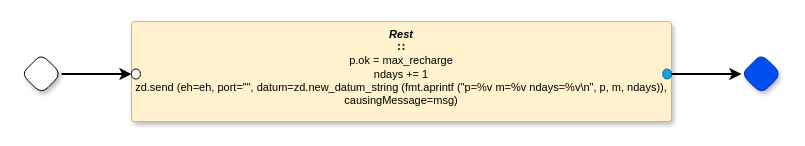
Earlier version of the draw.io diagram page "Rest" (3 of 3) of dc0d.drawio (guitarvydas/dc0d). Source tidied: cells renumbered, new cells numbered last; positions are measured from the earlier drawing's top-left corner, leaving out a move shared by most shapes. Both pictures are drawn from the tidied source at 100%, with x=0, y=0 at pixel (21, 21).
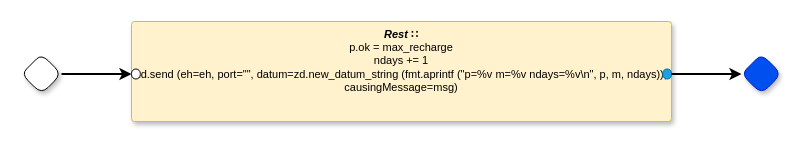
The same page after the edit.

Commit message (it also covers changes not shown here):
no br after init and Rest

Change to the diagram source:
```diff
@@
 <mxGraphModel>
   <root>
     <mxCell id="0" />
     <mxCell id="1" parent="0" />
-    <mxCell id="2" value="&lt;span style=&quot;border-color: var(--border-color);&quot;&gt;&lt;b&gt;&lt;i&gt;Rest&lt;/i&gt;&lt;br&gt;∷&lt;br&gt;&lt;/b&gt;&lt;/span&gt;p.ok = max_recharge&lt;br&gt;ndays += 1&lt;br&gt;zd.send (eh=eh, port=&quot;&quot;, datum=zd.new_datum_string (fmt.aprintf (&quot;p=%v m=%v ndays=%v\n&quot;, p, m, ndays)), causingMessage=msg)" style="rounded=1;whiteSpace=wrap;html=1;sketch=0;verticalAlign=top;arcSize=6;fontStyle=0;absoluteArcSize=1;shadow=1;strokeColor=#d6b656;fillColor=#fff2cc;fontFamily=Helvetica;fontSize=11;" parent="1" vertex="1">
+    <mxCell id="2" value="&lt;span style=&quot;border-color: var(--border-color);&quot;&gt;&lt;b&gt;&lt;i&gt;Rest&amp;nbsp;&lt;/i&gt;∷&lt;br&gt;&lt;/b&gt;&lt;/span&gt;p.ok = max_recharge&lt;br&gt;ndays += 1&lt;br&gt;zd.send (eh=eh, port=&quot;&quot;, datum=zd.new_datum_string (fmt.aprintf (&quot;p=%v m=%v ndays=%v\n&quot;, p, m, ndays)), causingMessage=msg)" style="rounded=1;whiteSpace=wrap;html=1;sketch=0;verticalAlign=top;arcSize=6;fontStyle=0;absoluteArcSize=1;shadow=1;strokeColor=#d6b656;fillColor=#fff2cc;fontFamily=Helvetica;fontSize=11;" parent="1" vertex="1">
       <mxGeometry x="110" width="540" height="100" as="geometry" />
     </mxCell>
     <mxCell id="3" style="rounded=1;whiteSpace=wrap;html=1;sketch=0;points=[[0,0.5,0,0,0],[1,0.5,0,0,0]];arcSize=50;fontFamily=Helvetica;fontSize=11;fontColor=default;" parent="2" vertex="1">
       <mxGeometry y="47.5" width="8.8" height="10" as="geometry" />
     </mxCell>
     <mxCell id="4" style="rounded=1;whiteSpace=wrap;html=1;sketch=0;points=[[0,0.5,0,0,0],[1,0.5,0,0,0]];arcSize=50;fontFamily=Helvetica;fontSize=11;fontColor=#ffffff;fillColor=#1ba1e2;strokeColor=#006EAF;" parent="2" vertex="1">
       <mxGeometry x="531.2" y="47.5" width="8.8" height="10" as="geometry" />
     </mxCell>
     <mxCell id="5" style="rhombus;whiteSpace=wrap;html=1;rounded=1;fontStyle=1;glass=0;sketch=0;fontSize=12;points=[[0,0.5,0,0,0],[0.5,0,0,0,0],[0.5,1,0,0,0],[1,0.5,0,0,0]];shadow=1;fontFamily=Helvetica;fontColor=default;" parent="1" vertex="1">
       <mxGeometry y="32.5" width="40" height="40" as="geometry" />
     </mxCell>
     <mxCell id="6" style="rhombus;whiteSpace=wrap;html=1;rounded=1;fillColor=#0050ef;fontColor=#ffffff;strokeColor=#001DBC;fontStyle=1;glass=0;sketch=0;fontSize=12;points=[[0,0.5,0,0,0],[0.5,0,0,0,0],[0.5,1,0,0,0],[1,0.5,0,0,0]];shadow=1;fontFamily=Helvetica;" parent="1" vertex="1">
       <mxGeometry x="720" y="32.5" width="40" height="40" as="geometry" />
     </mxCell>
     <mxCell id="7" style="edgeStyle=orthogonalEdgeStyle;shape=connector;curved=0;rounded=1;jettySize=auto;html=1;exitX=1;exitY=0.5;exitDx=0;exitDy=0;exitPerimeter=0;entryX=0;entryY=0.5;entryDx=0;entryDy=0;entryPerimeter=0;labelBackgroundColor=default;strokeColor=default;strokeWidth=2;align=center;verticalAlign=middle;fontFamily=Helvetica;fontSize=11;fontColor=default;endArrow=classic;" parent="1" edge="1" source="5" target="3">
       <mxGeometry relative="1" as="geometry" />
     </mxCell>
     <mxCell id="8" style="edgeStyle=orthogonalEdgeStyle;shape=connector;curved=0;rounded=1;jettySize=auto;html=1;exitX=1;exitY=0.5;exitDx=0;exitDy=0;exitPerimeter=0;labelBackgroundColor=default;strokeColor=default;strokeWidth=2;align=center;verticalAlign=middle;fontFamily=Helvetica;fontSize=11;fontColor=default;endArrow=classic;" parent="1" edge="1" source="4" target="6">
       <mxGeometry relative="1" as="geometry" />
     </mxCell>
   </root>
 </mxGraphModel>
```
